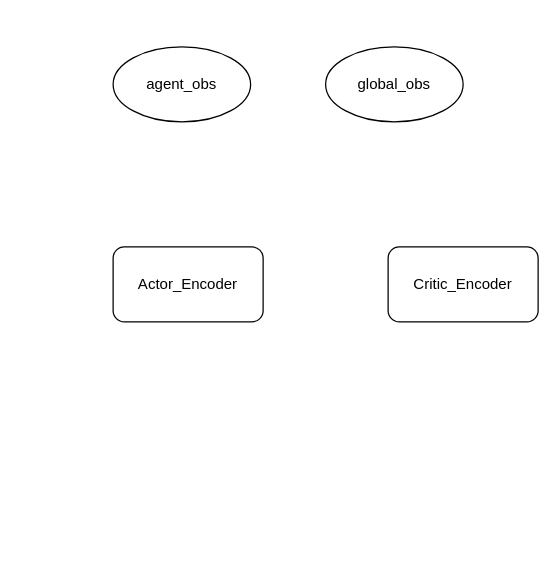
Earlier version of the draw.io diagram HAPPO.drawio (nighood/Diagrams). Source tidied: cells renumbered, new cells numbered last; positions are measured from the earlier drawing's top-left corner, leaving out a move shared by most shapes. Both pictures are drawn from the tidied source at 125%, with x=0, y=0 at pixel (112, 46).
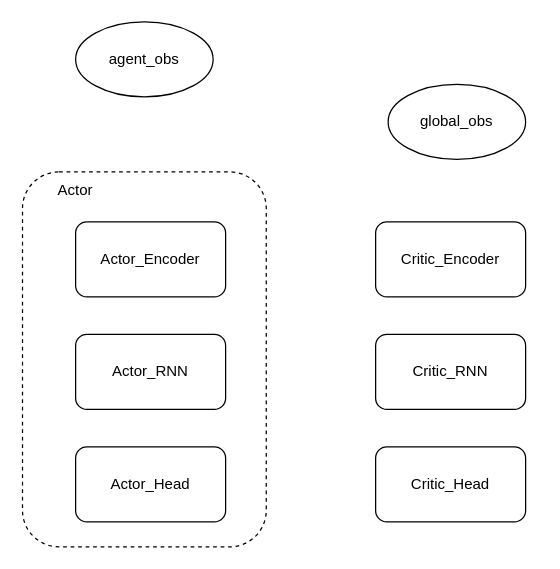
Above is the later version.

Diff of the diagram source:
```diff
@@
 <mxGraphModel>
   <root>
     <mxCell id="0" />
     <mxCell id="1" parent="0" />
+    <mxCell id="6" style="rounded=1;whiteSpace=wrap;html=1;strokeColor=default;dashed=1;fillColor=none;" parent="1" vertex="1">
+      <mxGeometry x="-72.5" y="100" width="195" height="300" as="geometry" />
+    </mxCell>
     <mxCell id="2" value="Actor_Encoder" style="rounded=1;whiteSpace=wrap;html=1;" parent="1" vertex="1">
-      <mxGeometry y="160" width="120" height="60" as="geometry" />
+      <mxGeometry x="-30" y="140" width="120" height="60" as="geometry" />
     </mxCell>
     <mxCell id="3" value="agent_obs" style="ellipse;whiteSpace=wrap;html=1;" parent="1" vertex="1">
-      <mxGeometry width="110" height="60" as="geometry" />
+      <mxGeometry x="-30" y="-20" width="110" height="60" as="geometry" />
     </mxCell>
     <mxCell id="4" value="global_obs" style="ellipse;whiteSpace=wrap;html=1;" parent="1" vertex="1">
-      <mxGeometry x="170" width="110" height="60" as="geometry" />
+      <mxGeometry x="220" y="30" width="110" height="60" as="geometry" />
     </mxCell>
     <mxCell id="5" value="Critic_Encoder" style="rounded=1;whiteSpace=wrap;html=1;" parent="1" vertex="1">
-      <mxGeometry x="220" y="160" width="120" height="60" as="geometry" />
+      <mxGeometry x="210" y="140" width="120" height="60" as="geometry" />
     </mxCell>
+    <mxCell id="7" value="Actor_RNN" style="rounded=1;whiteSpace=wrap;html=1;" parent="1" vertex="1">
+      <mxGeometry x="-30" y="230" width="120" height="60" as="geometry" />
+    </mxCell>
+    <mxCell id="8" value="Critic_RNN" style="rounded=1;whiteSpace=wrap;html=1;" parent="1" vertex="1">
+      <mxGeometry x="210" y="230" width="120" height="60" as="geometry" />
+    </mxCell>
+    <mxCell id="9" value="Actor_Head" style="rounded=1;whiteSpace=wrap;html=1;" parent="1" vertex="1">
+      <mxGeometry x="-30" y="320" width="120" height="60" as="geometry" />
+    </mxCell>
+    <mxCell id="10" value="Critic_Head" style="rounded=1;whiteSpace=wrap;html=1;" parent="1" vertex="1">
+      <mxGeometry x="210" y="320" width="120" height="60" as="geometry" />
+    </mxCell>
+    <mxCell id="11" value="Actor" style="text;html=1;strokeColor=none;fillColor=none;align=center;verticalAlign=middle;whiteSpace=wrap;rounded=0;" parent="1" vertex="1">
+      <mxGeometry x="-60" y="100" width="60" height="30" as="geometry" />
+    </mxCell>
   </root>
 </mxGraphModel>
```
